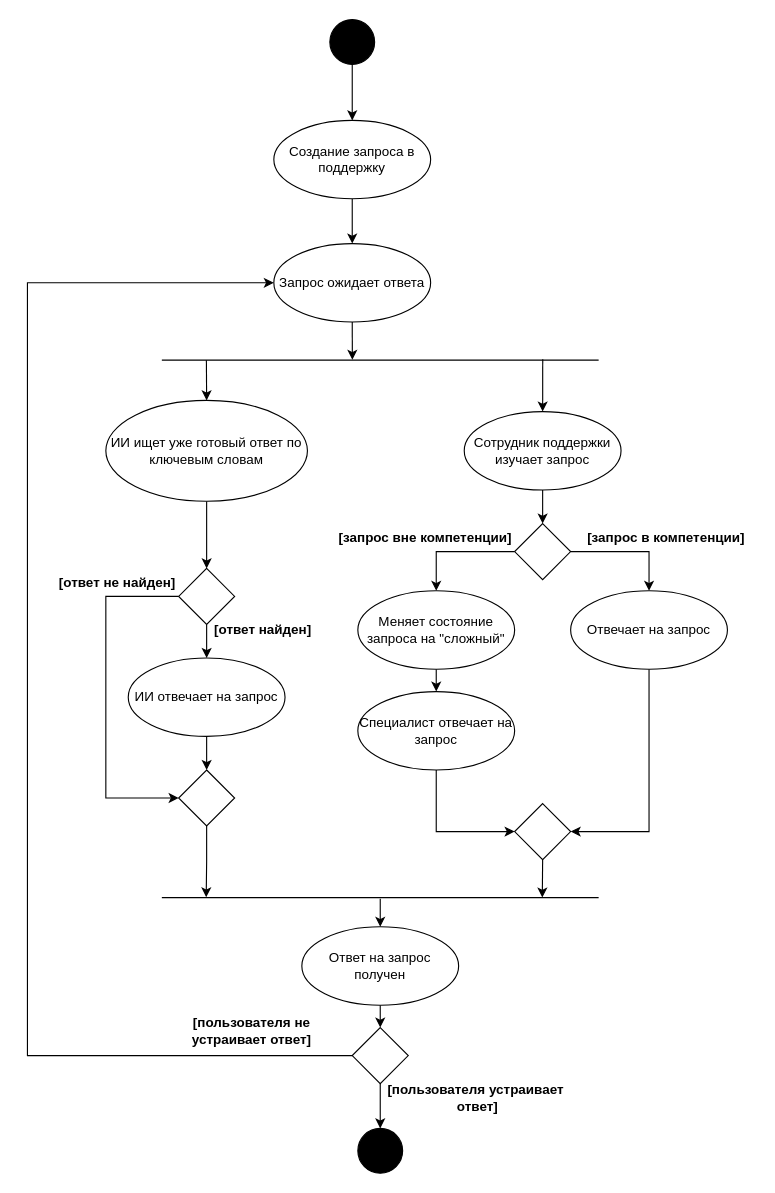
Dimatron74/FadGamer keeps this draw.io diagram as diagrams/UML_Diagramma_deyatelnosti 1.drawio. Above is the earlier version. Source tidied: cells renumbered, new cells numbered last; positions are measured from the earlier drawing's top-left corner, leaving out a move shared by most shapes. Both pictures are drawn from the tidied source at 112%, with x=0, y=0 at pixel (27, 19).
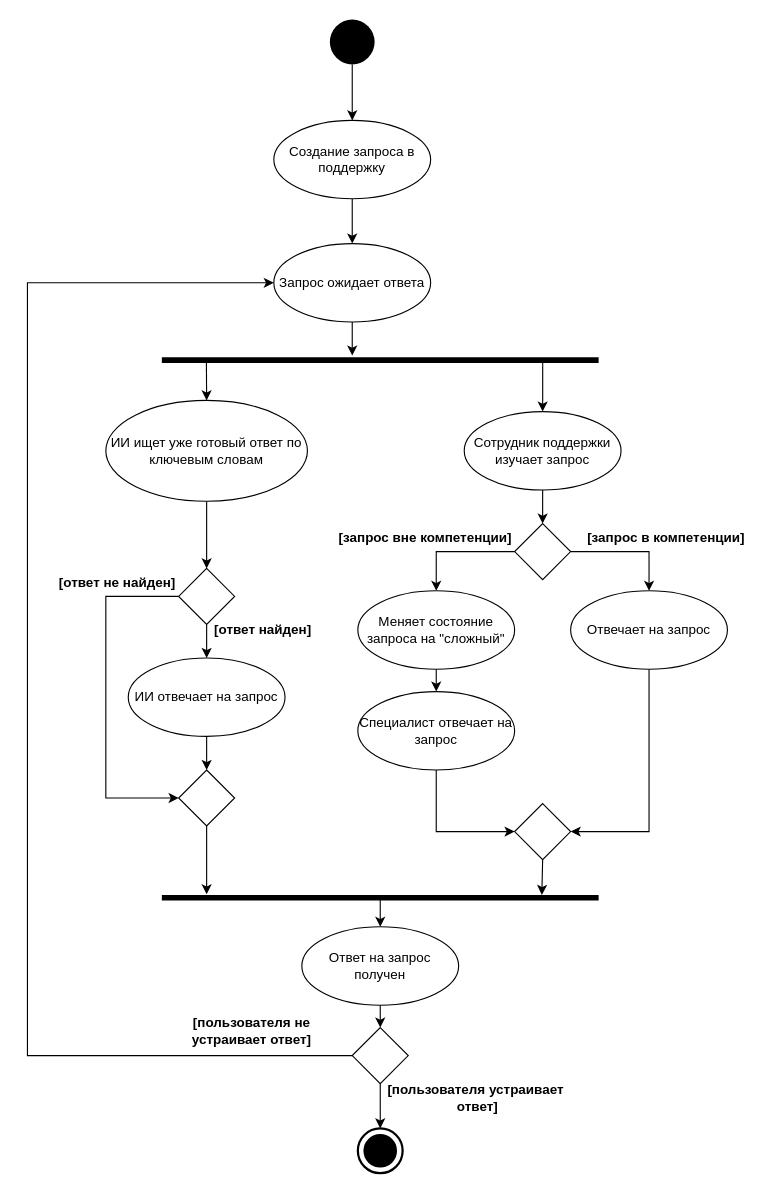
After the change.

The change refers to these unchanged cells:
```xml
<mxCell id="26" style="rhombus;whiteSpace=wrap;html=1;" parent="1" vertex="1">
  <mxGeometry x="135" y="670" width="50" height="50" as="geometry" />
</mxCell>
<mxCell id="28" style="rhombus;whiteSpace=wrap;html=1;" parent="1" vertex="1">
  <mxGeometry x="435" y="700" width="50" height="50" as="geometry" />
</mxCell>
<mxCell id="37" value="Запрос ожидает ответа" style="ellipse;whiteSpace=wrap;html=1;" parent="1" vertex="1">
  <mxGeometry x="220" y="200" width="140" height="70" as="geometry" />
</mxCell>
```

Diff of the diagram source:
```diff
@@
-    <mxCell id="5" style="ellipse;whiteSpace=wrap;html=1;fillColor=#000000;" parent="1" vertex="1">
+    <mxCell id="5" style="ellipse;whiteSpace=wrap;html=1;fillColor=#000000;strokeColor=none;" parent="1" vertex="1">
       <mxGeometry x="270" width="40" height="40" as="geometry" />
     </mxCell>
-    <mxCell id="6" style="line;strokeWidth=1;fillColor=none;align=left;verticalAlign=middle;spacingTop=-1;spacingLeft=3;spacingRight=3;labelPosition=right;points=[];portConstraint=eastwest;strokeColor=inherit;" parent="1" vertex="1">
+    <mxCell id="6" style="line;strokeWidth=5;fillColor=none;align=left;verticalAlign=middle;spacingTop=-1;spacingLeft=3;spacingRight=3;labelPosition=right;points=[];portConstraint=eastwest;strokeColor=inherit;" parent="1" vertex="1">
       <mxGeometry x="120" y="300" width="390" height="8" as="geometry" />
     </mxCell>
@@
     <mxCell id="25" style="edgeStyle=orthogonalEdgeStyle;rounded=0;jettySize=auto;html=1;exitX=0.5;exitY=1;exitDx=0;exitDy=0;" parent="1" edge="1" source="26">
       <mxGeometry relative="1" as="geometry">
-        <mxPoint x="159.6" y="783.7" as="targetPoint" />
+        <mxPoint x="160" y="781" as="targetPoint" />
       </mxGeometry>
     </mxCell>
@@
-    <mxCell id="27" style="edgeStyle=orthogonalEdgeStyle;rounded=0;jettySize=auto;html=1;exitX=0.5;exitY=1;exitDx=0;exitDy=0;entryX=0.871;entryY=0.484;entryDx=0;entryDy=0;entryPerimeter=0;" parent="1" edge="1" source="28" target="33">
+    <mxCell id="27" style="edgeStyle=orthogonalEdgeStyle;rounded=0;jettySize=auto;html=1;exitX=0.5;exitY=1;exitDx=0;exitDy=0;entryX=0.87;entryY=0.188;entryDx=0;entryDy=0;entryPerimeter=0;" parent="1" edge="1" source="28" target="33">
       <mxGeometry relative="1" as="geometry" />
     </mxCell>
@@
-    <mxCell id="33" style="line;strokeWidth=1;fillColor=none;align=left;verticalAlign=middle;spacingTop=-1;spacingLeft=3;spacingRight=3;labelPosition=right;points=[];portConstraint=eastwest;strokeColor=inherit;" parent="1" vertex="1">
+    <mxCell id="33" style="line;strokeWidth=5;fillColor=none;align=left;verticalAlign=middle;spacingTop=-1;spacingLeft=3;spacingRight=3;labelPosition=right;points=[];portConstraint=eastwest;strokeColor=inherit;" parent="1" vertex="1">
       <mxGeometry x="120" y="780" width="390" height="8" as="geometry" />
     </mxCell>
@@
     <mxCell id="36" style="edgeStyle=orthogonalEdgeStyle;rounded=0;jettySize=auto;html=1;exitX=0.5;exitY=1;exitDx=0;exitDy=0;" parent="1" edge="1" source="37">
       <mxGeometry relative="1" as="geometry">
-        <mxPoint x="290.1" y="303.8" as="targetPoint" />
+        <mxPoint x="290" y="300" as="targetPoint" />
       </mxGeometry>
     </mxCell>
@@
-    <mxCell id="44" style="ellipse;whiteSpace=wrap;html=1;fillColor=#000000;" parent="1" vertex="1">
-      <mxGeometry x="295" y="990" width="40" height="40" as="geometry" />
-    </mxCell>
@@
+    <mxCell id="47" style="group;" parent="1" vertex="1">
+      <mxGeometry x="295" y="990" width="40" height="40" as="geometry" />
+    </mxCell>
+    <mxCell id="44" style="ellipse;whiteSpace=wrap;html=1;fillColor=none;strokeColor=#000000;perimeterSpacing=0;strokeWidth=2;" parent="47" vertex="1">
+      <mxGeometry width="40" height="40" as="geometry" />
+    </mxCell>
+    <mxCell id="48" style="ellipse;whiteSpace=wrap;html=1;fillColor=#000000;strokeColor=none;perimeterSpacing=0;strokeWidth=1;" parent="47" vertex="1">
+      <mxGeometry x="5" y="5" width="30" height="30" as="geometry" />
+    </mxCell>
```
